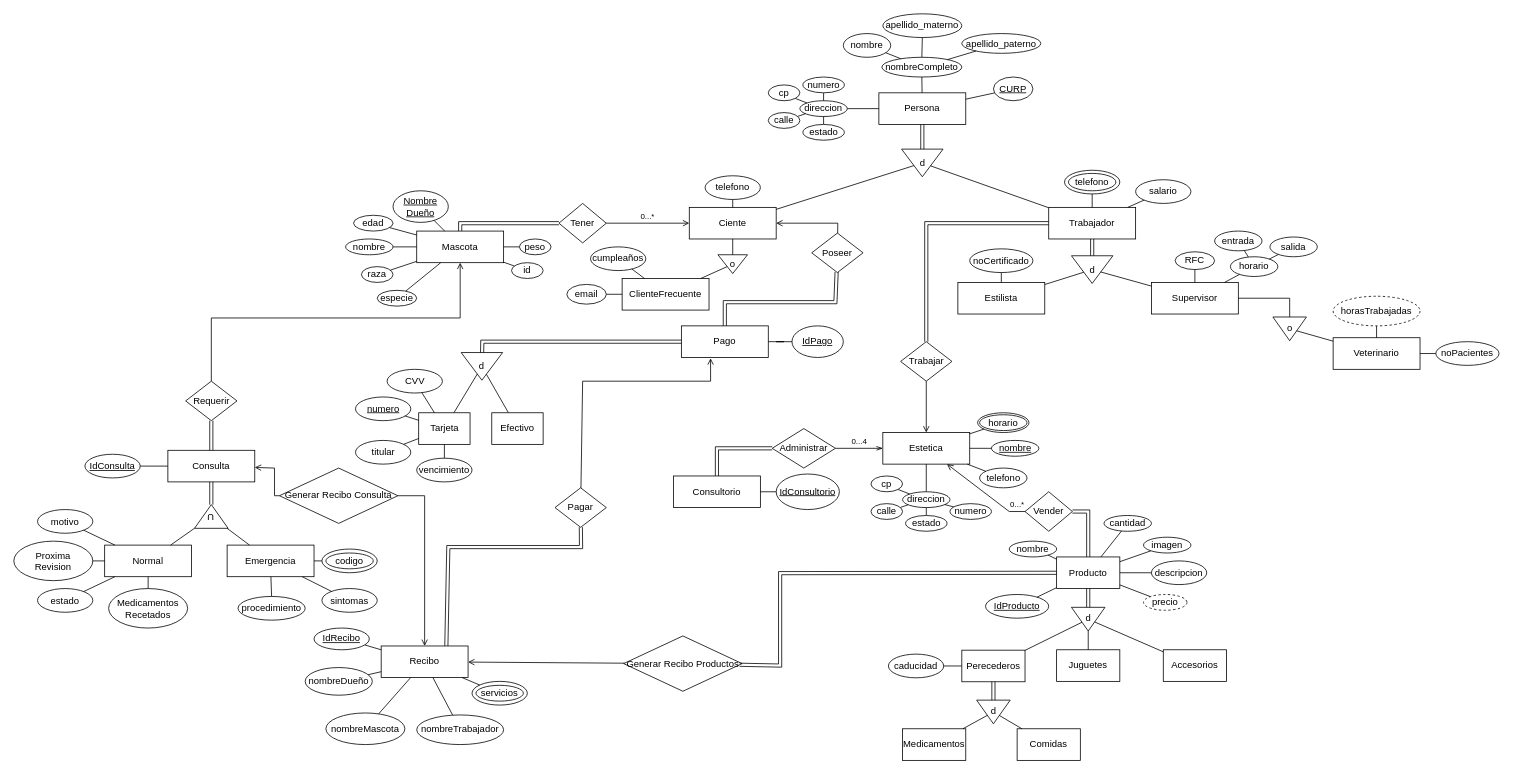
Before: Practica04_DVDSJ/Diagramas/ER02DVDSJ.drawio in DavidHdezU/FundamentosBasesDeDatosPracticas, a draw.io diagram. Source tidied: cells renumbered, new cells numbered last; positions are measured from the earlier drawing's top-left corner, leaving out a move shared by most shapes. Both pictures are drawn from the tidied source at 79%, with x=0, y=0 at pixel (13, 13).
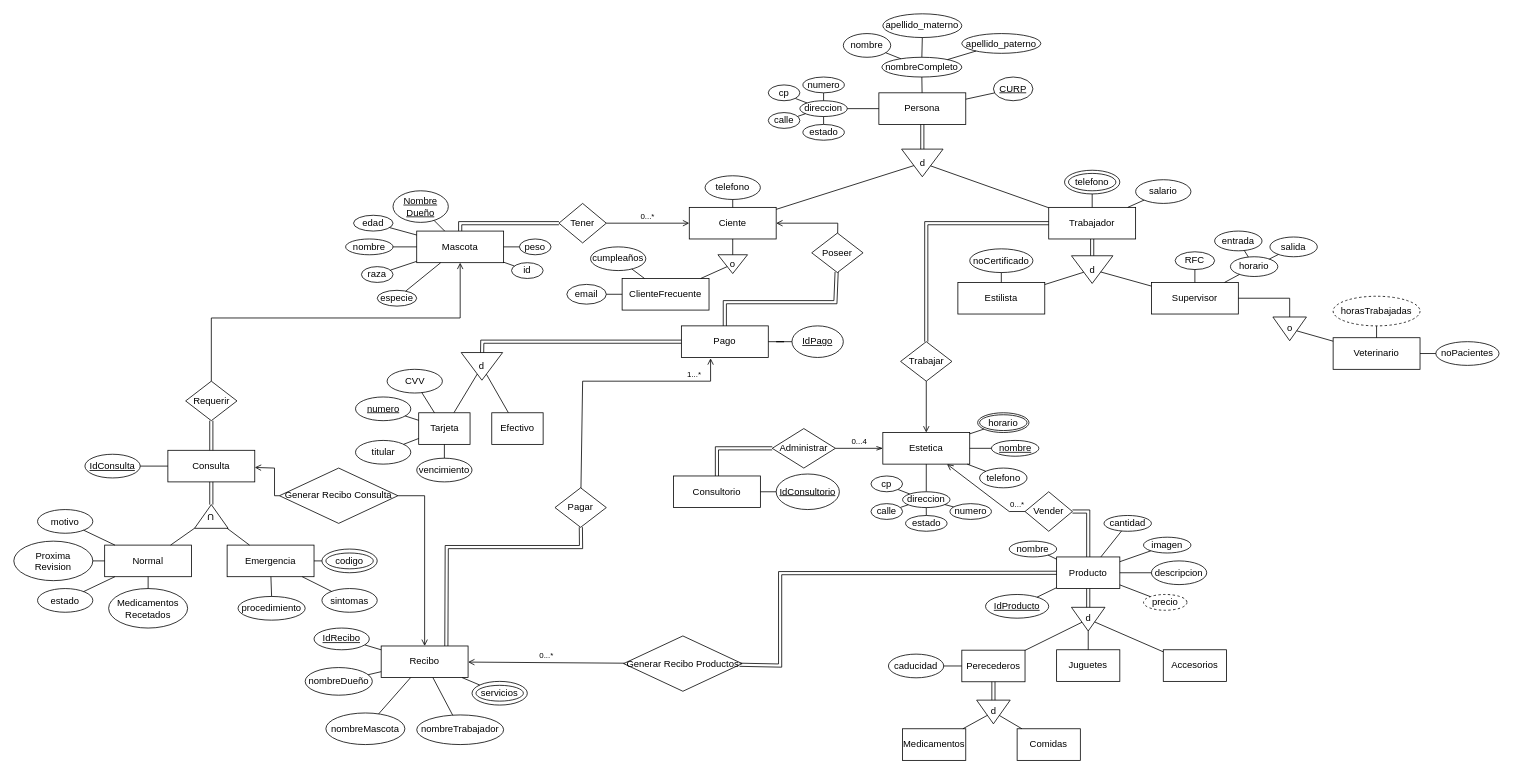
The same page after the edit.

Commit message (it also covers changes not shown here):
Especificando las cardinalidades de Generar Recibo Producto y Pago

Unchanged cells that the change refers to:
```xml
<mxCell id="157" value="Pago" style="rounded=0;whiteSpace=wrap;html=1;" parent="1" vertex="1">
  <mxGeometry x="845" y="395" width="110" height="40" as="geometry" />
</mxCell>
<mxCell id="174" value="&lt;div&gt;Recibo&lt;/div&gt;" style="rounded=0;whiteSpace=wrap;html=1;" parent="1" vertex="1">
  <mxGeometry x="465" y="800.2" width="110" height="40" as="geometry" />
</mxCell>
<mxCell id="187" value="&lt;div&gt;Pagar&lt;/div&gt;" style="rhombus;whiteSpace=wrap;html=1;fillColor=default;" parent="1" vertex="1">
  <mxGeometry x="685" y="600" width="65" height="50" as="geometry" />
</mxCell>
<mxCell id="204" value="Generar Recibo Productos" style="rhombus;whiteSpace=wrap;html=1;fillColor=default;" parent="1" vertex="1">
  <mxGeometry x="771.9" y="787.5" width="150" height="70" as="geometry" />
</mxCell>
```

Change to the diagram source:
```diff
@@
-    <mxCell id="188" style="endArrow=classic;html=1;rounded=0;strokeColor=default;shape=link;entryX=0.75;entryY=0;entryDx=0;entryDy=0;" parent="1" edge="1" source="187" target="174">
-      <mxGeometry relative="1" as="geometry">
+    <mxCell id="188" style="endArrow=classic;html=1;rounded=0;strokeColor=default;shape=link;entryX=0.75;entryY=0;entryDx=0;entryDy=0;verticalAlign=bottom;fontSize=10;" parent="1" edge="1" source="187" target="174">
+      <mxGeometry x="-0.61" y="-10" relative="1" as="geometry">
         <Array as="points">
           <mxPoint x="718" y="675" />
-          <mxPoint x="550" y="675" />
+          <mxPoint x="548" y="675" />
         </Array>
       </mxGeometry>
     </mxCell>
-    <mxCell id="189" style="endArrow=open;html=1;rounded=0;strokeColor=default;entryX=0.336;entryY=1.025;entryDx=0;entryDy=0;entryPerimeter=0;endFill=0;" parent="1" edge="1" source="187" target="157">
-      <mxGeometry relative="1" as="geometry">
+    <mxCell id="189" value="1...*" style="endArrow=open;html=1;rounded=0;strokeColor=default;entryX=0.336;entryY=1.025;entryDx=0;entryDy=0;entryPerimeter=0;endFill=0;fontSize=10;verticalAlign=bottom;" parent="1" edge="1" source="187" target="157">
+      <mxGeometry x="0.69" relative="1" as="geometry">
         <Array as="points">
           <mxPoint x="720" y="465" />
           <mxPoint x="882" y="465" />
         </Array>
       </mxGeometry>
     </mxCell>
@@
-    <mxCell id="205" style="endArrow=open;html=1;rounded=0;strokeColor=default;endFill=0;" parent="1" edge="1" source="204" target="174">
+    <mxCell id="205" value="0...*" style="endArrow=open;html=1;rounded=0;strokeColor=default;endFill=0;fontSize=10;verticalAlign=bottom;" parent="1" edge="1" source="204" target="174">
       <mxGeometry relative="1" as="geometry" />
     </mxCell>
```
